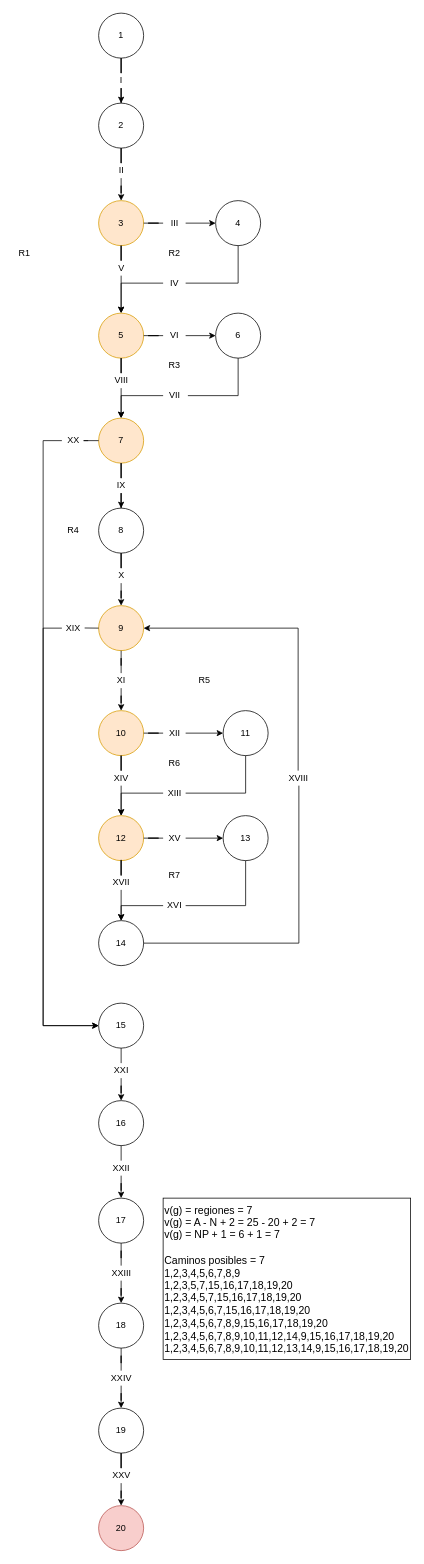
The draw.io diagram diagramas/ejercicio_2/grafoG_ejercicio2.drawio in alumnos-ingcom/python-2-gastonslv, before the edit. Source tidied: cells renumbered, new cells numbered last; positions are measured from the earlier drawing's top-left corner, leaving out a move shared by most shapes. Both pictures are drawn from the tidied source at 75%, with x=0, y=0 at pixel (13, 13).
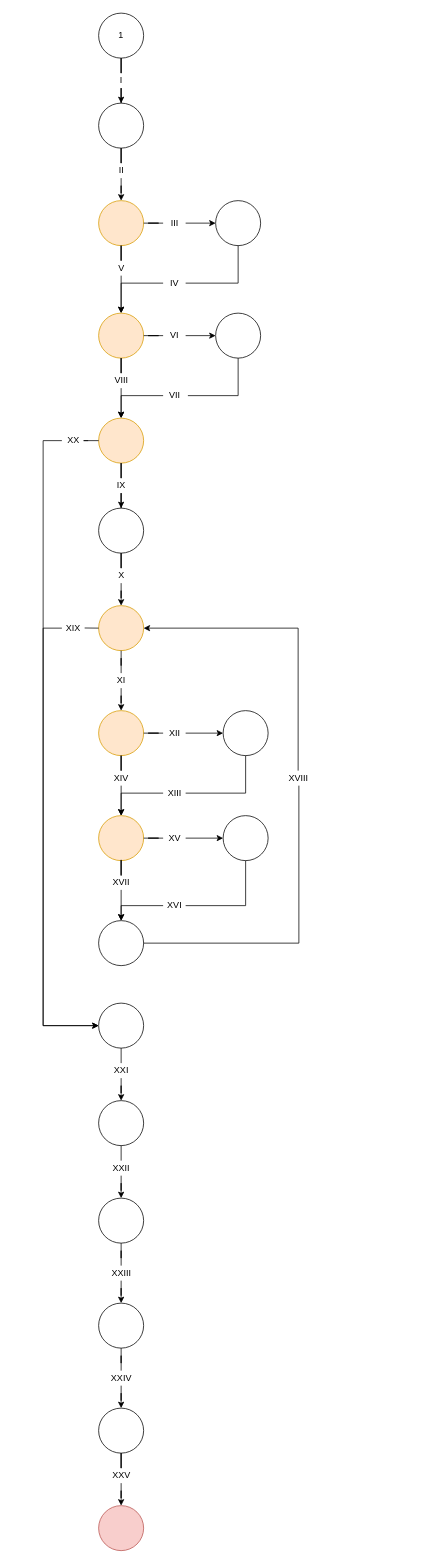
After the change.

Diff of the diagram source:
```diff
@@
-    <mxCell id="5" value="2" style="ellipse;whiteSpace=wrap;html=1;" parent="1" vertex="1">
+    <mxCell id="5" style="ellipse;whiteSpace=wrap;html=1;" parent="1" vertex="1">
       <mxGeometry x="114" y="120" width="60" height="60" as="geometry" />
     </mxCell>
@@
-    <mxCell id="8" value="3" style="ellipse;whiteSpace=wrap;html=1;fillColor=#ffe6cc;strokeColor=#d79b00;" parent="1" vertex="1">
+    <mxCell id="8" style="ellipse;whiteSpace=wrap;html=1;fillColor=#ffe6cc;strokeColor=#d79b00;" parent="1" vertex="1">
       <mxGeometry x="114" y="250" width="60" height="60" as="geometry" />
     </mxCell>
@@
-    <mxCell id="10" value="4" style="ellipse;whiteSpace=wrap;html=1;" parent="1" vertex="1">
+    <mxCell id="10" style="ellipse;whiteSpace=wrap;html=1;" parent="1" vertex="1">
       <mxGeometry x="270" y="250" width="60" height="60" as="geometry" />
     </mxCell>
@@
-    <mxCell id="13" value="5" style="ellipse;whiteSpace=wrap;html=1;fillColor=#ffe6cc;strokeColor=#d79b00;" parent="1" vertex="1">
+    <mxCell id="13" style="ellipse;whiteSpace=wrap;html=1;fillColor=#ffe6cc;strokeColor=#d79b00;" parent="1" vertex="1">
       <mxGeometry x="114" y="400" width="60" height="60" as="geometry" />
     </mxCell>
@@
-    <mxCell id="19" value="6" style="ellipse;whiteSpace=wrap;html=1;" parent="1" vertex="1">
+    <mxCell id="19" style="ellipse;whiteSpace=wrap;html=1;" parent="1" vertex="1">
       <mxGeometry x="270" y="400" width="60" height="60" as="geometry" />
     </mxCell>
@@
-    <mxCell id="22" value="7" style="ellipse;whiteSpace=wrap;html=1;fillColor=#ffe6cc;strokeColor=#d79b00;" parent="1" vertex="1">
+    <mxCell id="22" style="ellipse;whiteSpace=wrap;html=1;fillColor=#ffe6cc;strokeColor=#d79b00;" parent="1" vertex="1">
       <mxGeometry x="114" y="540" width="60" height="60" as="geometry" />
     </mxCell>
@@
-    <mxCell id="24" value="8" style="ellipse;whiteSpace=wrap;html=1;" parent="1" vertex="1">
+    <mxCell id="24" style="ellipse;whiteSpace=wrap;html=1;" parent="1" vertex="1">
       <mxGeometry x="114" y="660" width="60" height="60" as="geometry" />
     </mxCell>
@@
-    <mxCell id="27" value="9" style="ellipse;whiteSpace=wrap;html=1;fillColor=#ffe6cc;strokeColor=#d79b00;" parent="1" vertex="1">
+    <mxCell id="27" style="ellipse;whiteSpace=wrap;html=1;fillColor=#ffe6cc;strokeColor=#d79b00;" parent="1" vertex="1">
       <mxGeometry x="114" y="790" width="60" height="60" as="geometry" />
     </mxCell>
@@
-    <mxCell id="30" value="10" style="ellipse;whiteSpace=wrap;html=1;fillColor=#ffe6cc;strokeColor=#d79b00;" parent="1" vertex="1">
+    <mxCell id="30" style="ellipse;whiteSpace=wrap;html=1;fillColor=#ffe6cc;strokeColor=#d79b00;" parent="1" vertex="1">
       <mxGeometry x="114" y="930" width="60" height="60" as="geometry" />
     </mxCell>
@@
-    <mxCell id="33" value="12" style="ellipse;whiteSpace=wrap;html=1;fillColor=#ffe6cc;strokeColor=#d79b00;" parent="1" vertex="1">
+    <mxCell id="33" style="ellipse;whiteSpace=wrap;html=1;fillColor=#ffe6cc;strokeColor=#d79b00;" parent="1" vertex="1">
       <mxGeometry x="114" y="1070" width="60" height="60" as="geometry" />
     </mxCell>
@@
-    <mxCell id="35" value="11" style="ellipse;whiteSpace=wrap;html=1;" parent="1" vertex="1">
+    <mxCell id="35" style="ellipse;whiteSpace=wrap;html=1;" parent="1" vertex="1">
       <mxGeometry x="280" y="930" width="60" height="60" as="geometry" />
     </mxCell>
@@
-    <mxCell id="37" value="13" style="ellipse;whiteSpace=wrap;html=1;" parent="1" vertex="1">
+    <mxCell id="37" style="ellipse;whiteSpace=wrap;html=1;" parent="1" vertex="1">
       <mxGeometry x="280" y="1070" width="60" height="60" as="geometry" />
     </mxCell>
@@
-    <mxCell id="39" value="14" style="ellipse;whiteSpace=wrap;html=1;" parent="1" vertex="1">
+    <mxCell id="39" style="ellipse;whiteSpace=wrap;html=1;" parent="1" vertex="1">
       <mxGeometry x="114" y="1210" width="60" height="60" as="geometry" />
     </mxCell>
@@
-    <mxCell id="41" value="15" style="ellipse;whiteSpace=wrap;html=1;" parent="1" vertex="1">
+    <mxCell id="41" style="ellipse;whiteSpace=wrap;html=1;" parent="1" vertex="1">
       <mxGeometry x="114" y="1320" width="60" height="60" as="geometry" />
     </mxCell>
@@
-    <mxCell id="43" value="17" style="ellipse;whiteSpace=wrap;html=1;" parent="1" vertex="1">
+    <mxCell id="43" style="ellipse;whiteSpace=wrap;html=1;" parent="1" vertex="1">
       <mxGeometry x="114" y="1580" width="60" height="60" as="geometry" />
     </mxCell>
@@
-    <mxCell id="45" value="16" style="ellipse;whiteSpace=wrap;html=1;" parent="1" vertex="1">
+    <mxCell id="45" style="ellipse;whiteSpace=wrap;html=1;" parent="1" vertex="1">
       <mxGeometry x="114" y="1450" width="60" height="60" as="geometry" />
     </mxCell>
@@
-    <mxCell id="47" value="18" style="ellipse;whiteSpace=wrap;html=1;" parent="1" vertex="1">
+    <mxCell id="47" style="ellipse;whiteSpace=wrap;html=1;" parent="1" vertex="1">
       <mxGeometry x="114" y="1720" width="60" height="60" as="geometry" />
     </mxCell>
@@
-    <mxCell id="49" value="19" style="ellipse;whiteSpace=wrap;html=1;" parent="1" vertex="1">
+    <mxCell id="49" style="ellipse;whiteSpace=wrap;html=1;" parent="1" vertex="1">
       <mxGeometry x="114" y="1860" width="60" height="60" as="geometry" />
     </mxCell>
-    <mxCell id="50" value="20" style="ellipse;whiteSpace=wrap;html=1;fillColor=#f8cecc;strokeColor=#b85450;" parent="1" vertex="1">
+    <mxCell id="50" style="ellipse;whiteSpace=wrap;html=1;fillColor=#f8cecc;strokeColor=#b85450;" parent="1" vertex="1">
       <mxGeometry x="114" y="1990" width="60" height="60" as="geometry" />
     </mxCell>
@@
-    <mxCell id="97" value="R1" style="text;html=1;align=center;verticalAlign=middle;strokeColor=none;fillColor=none;" parent="1" vertex="1">
-      <mxGeometry y="310" width="30" height="20" as="geometry" />
-    </mxCell>
-    <mxCell id="98" value="R2" style="text;html=1;align=center;verticalAlign=middle;strokeColor=none;fillColor=none;" parent="1" vertex="1">
-      <mxGeometry x="200" y="310" width="30" height="20" as="geometry" />
-    </mxCell>
-    <mxCell id="99" value="R3" style="text;html=1;align=center;verticalAlign=middle;strokeColor=none;fillColor=none;" parent="1" vertex="1">
-      <mxGeometry x="200" y="460" width="30" height="20" as="geometry" />
-    </mxCell>
-    <mxCell id="100" value="R4" style="text;html=1;align=center;verticalAlign=middle;strokeColor=none;fillColor=none;" parent="1" vertex="1">
-      <mxGeometry x="65" y="680" width="30" height="20" as="geometry" />
-    </mxCell>
-    <mxCell id="101" value="R5" style="text;html=1;align=center;verticalAlign=middle;strokeColor=none;fillColor=none;" parent="1" vertex="1">
-      <mxGeometry x="240" y="880" width="30" height="20" as="geometry" />
-    </mxCell>
-    <mxCell id="102" value="R6" style="text;html=1;align=center;verticalAlign=middle;strokeColor=none;fillColor=none;" parent="1" vertex="1">
-      <mxGeometry x="200" y="990" width="30" height="20" as="geometry" />
-    </mxCell>
-    <mxCell id="103" value="R7" style="text;html=1;align=center;verticalAlign=middle;strokeColor=none;fillColor=none;" parent="1" vertex="1">
-      <mxGeometry x="200" y="1140" width="30" height="20" as="geometry" />
-    </mxCell>
-    <mxCell id="104" value="&lt;div style=&quot;font-size: 14px;&quot;&gt;&lt;font style=&quot;font-size: 14px;&quot;&gt;v(g) = regiones = 7&lt;/font&gt;&lt;/div&gt;&lt;div style=&quot;font-size: 14px;&quot;&gt;&lt;font style=&quot;font-size: 14px;&quot;&gt;v(g) = A - N + 2 = 25 - 20 + 2 = 7&lt;/font&gt;&lt;/div&gt;&lt;div style=&quot;font-size: 14px;&quot;&gt;&lt;font style=&quot;font-size: 14px;&quot;&gt;v(g) = NP + 1 = 6 + 1 = 7&lt;/font&gt;&lt;/div&gt;&lt;div style=&quot;font-size: 14px;&quot;&gt;&lt;font style=&quot;font-size: 14px;&quot;&gt;&lt;br&gt;&lt;/font&gt;&lt;/div&gt;&lt;div style=&quot;font-size: 14px;&quot;&gt;&lt;font style=&quot;font-size: 14px;&quot;&gt;Caminos posibles = 7&lt;/font&gt;&lt;/div&gt;&lt;div style=&quot;font-size: 14px;&quot;&gt;&lt;font style=&quot;font-size: 14px;&quot;&gt;1,2,3,4,5,6,7,8,9&lt;/font&gt;&lt;/div&gt;&lt;div style=&quot;font-size: 14px;&quot;&gt;&lt;font style=&quot;font-size: 14px;&quot;&gt;1,2,3,5,7,15,16,17,18,19,20&lt;/font&gt;&lt;/div&gt;&lt;div style=&quot;font-size: 14px;&quot;&gt;&lt;font style=&quot;font-size: 14px;&quot;&gt;1,2,3,4,5,7,15,16,17,18,19,20&lt;/font&gt;&lt;/div&gt;&lt;div style=&quot;font-size: 14px;&quot;&gt;&lt;font style=&quot;font-size: 14px;&quot;&gt;1,2,3,4,5,6,7,15,16,17,18,19,20&lt;/font&gt;&lt;/div&gt;&lt;div style=&quot;font-size: 14px;&quot;&gt;&lt;font style=&quot;font-size: 14px;&quot;&gt;1,2,3,4,5,6,7,8,9,15,16,17,18,19,20&lt;/font&gt;&lt;/div&gt;&lt;div style=&quot;font-size: 14px;&quot;&gt;&lt;font style=&quot;font-size: 14px;&quot;&gt;1,2,3,4,5,6,7,8,9,10,11,12,14,9,15,16,17,18,19,20&lt;/font&gt;&lt;/div&gt;&lt;div style=&quot;font-size: 14px;&quot;&gt;&lt;font style=&quot;font-size: 14px;&quot;&gt;1,2,3,4,5,6,7,8,9,10,11,12,13,14,9,15,16,17,18,19,20&lt;/font&gt;&lt;/div&gt;" style="rounded=0;whiteSpace=wrap;html=1;align=left;" parent="1" vertex="1">
-      <mxGeometry x="200" y="1580" width="330" height="215" as="geometry" />
-    </mxCell>
```
